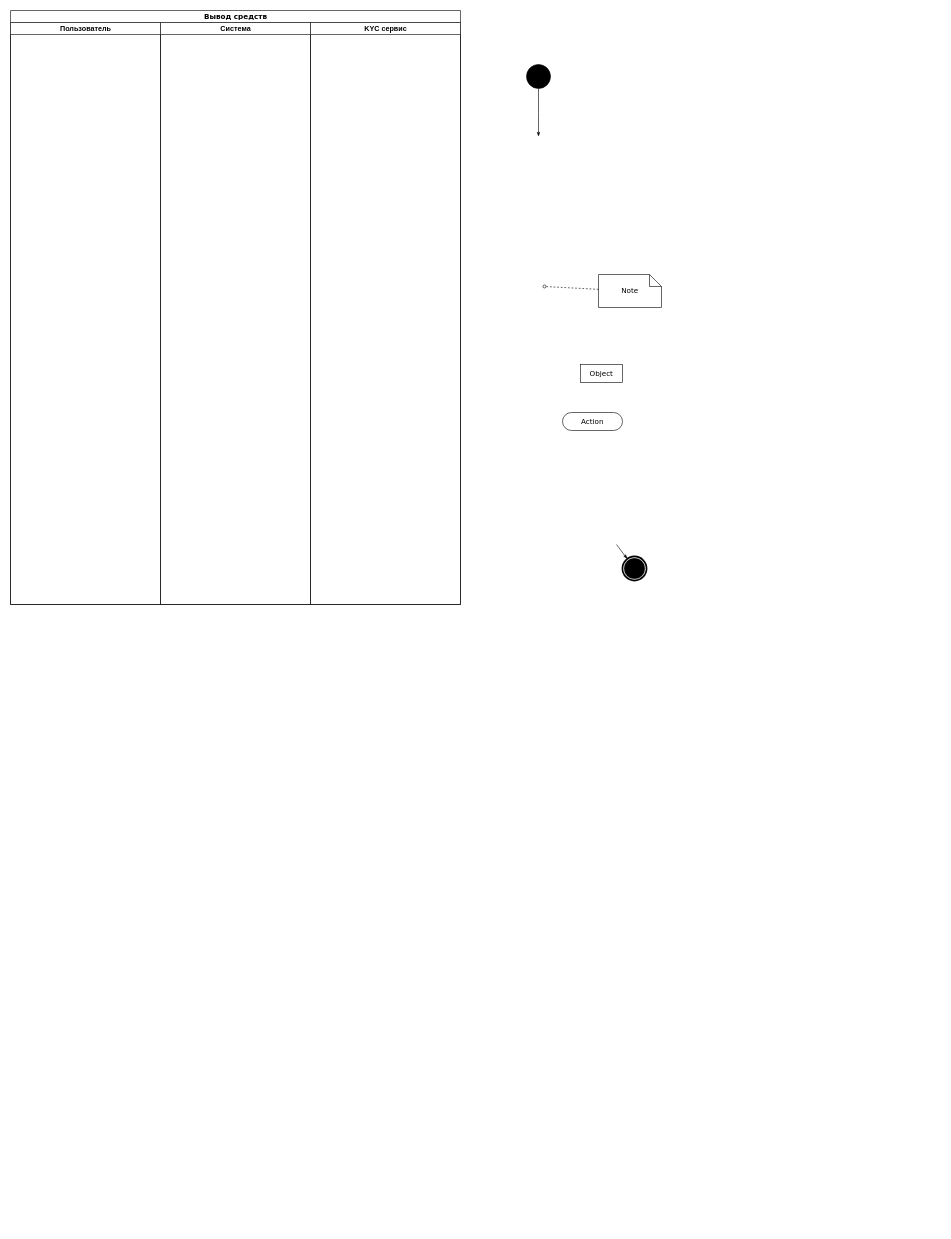
careock/diagrams keeps this draw.io diagram as CE/KYC_activity.drawio. Above is the earlier version. Source tidied: cells renumbered, new cells numbered last; positions are measured from the earlier drawing's top-left corner, leaving out a move shared by most shapes. Both pictures are drawn from the tidied source at 60%, with x=0, y=0 at pixel (10, 10).
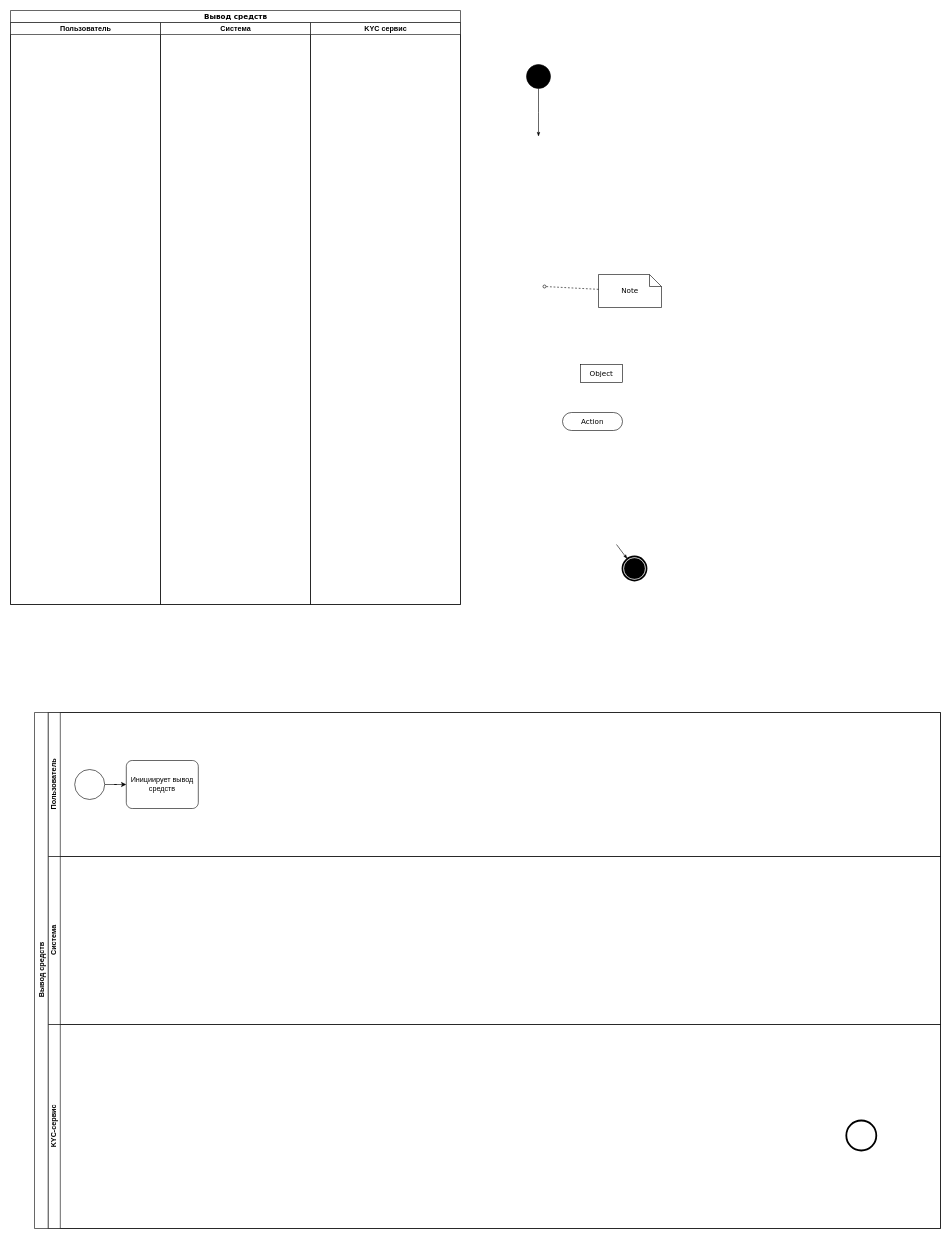
Above is the later version.

The edit, as a diff of the source:
```diff
@@
+    <mxCell id="14" value="Вывод средств" style="swimlane;horizontal=0;startSize=23;html=1;" parent="1" vertex="1">
+      <mxGeometry x="40" y="1170" width="1510" height="860" as="geometry" />
+    </mxCell>
+    <mxCell id="15" value="Пользователь" style="swimlane;startSize=20;horizontal=0;html=1;" parent="14" vertex="1">
+      <mxGeometry x="23" width="1487" height="240" as="geometry" />
+    </mxCell>
+    <mxCell id="16" style="edgeStyle=orthogonalEdgeStyle;rounded=0;jettySize=auto;html=1;" parent="15" edge="1" source="17" target="18">
+      <mxGeometry relative="1" as="geometry" />
+    </mxCell>
+    <mxCell id="17" style="points=[[0.145,0.145,0],[0.5,0,0],[0.855,0.145,0],[1,0.5,0],[0.855,0.855,0],[0.5,1,0],[0.145,0.855,0],[0,0.5,0]];shape=mxgraph.bpmn.event;html=1;verticalLabelPosition=bottom;labelBackgroundColor=#ffffff;verticalAlign=top;align=center;perimeter=ellipsePerimeter;outlineConnect=0;outline=standard;symbol=general;" parent="15" vertex="1">
+      <mxGeometry x="44" y="95" width="50" height="50" as="geometry" />
+    </mxCell>
+    <mxCell id="18" value="Инициирует вывод средств" style="points=[[0.25,0,0],[0.5,0,0],[0.75,0,0],[1,0.25,0],[1,0.5,0],[1,0.75,0],[0.75,1,0],[0.5,1,0],[0.25,1,0],[0,0.75,0],[0,0.5,0],[0,0.25,0]];shape=mxgraph.bpmn.task;whiteSpace=wrap;rectStyle=rounded;size=10;html=1;taskMarker=abstract;" parent="15" vertex="1">
+      <mxGeometry x="130" y="80" width="120" height="80" as="geometry" />
+    </mxCell>
+    <mxCell id="19" value="Система" style="swimlane;startSize=20;horizontal=0;html=1;" parent="14" vertex="1">
+      <mxGeometry x="23" y="240" width="1487" height="280" as="geometry" />
+    </mxCell>
+    <mxCell id="20" value="KYC-сервис" style="swimlane;startSize=20;horizontal=0;html=1;" parent="14" vertex="1">
+      <mxGeometry x="23" y="520" width="1487" height="340" as="geometry" />
+    </mxCell>
+    <mxCell id="21" style="shape=mxgraph.bpmn.event;html=1;verticalLabelPosition=bottom;labelBackgroundColor=#ffffff;verticalAlign=top;align=center;perimeter=ellipsePerimeter;outline=end;symbol=terminate2;" parent="20" vertex="1">
+      <mxGeometry x="1330" y="160" width="50" height="50" as="geometry" />
+    </mxCell>
```
